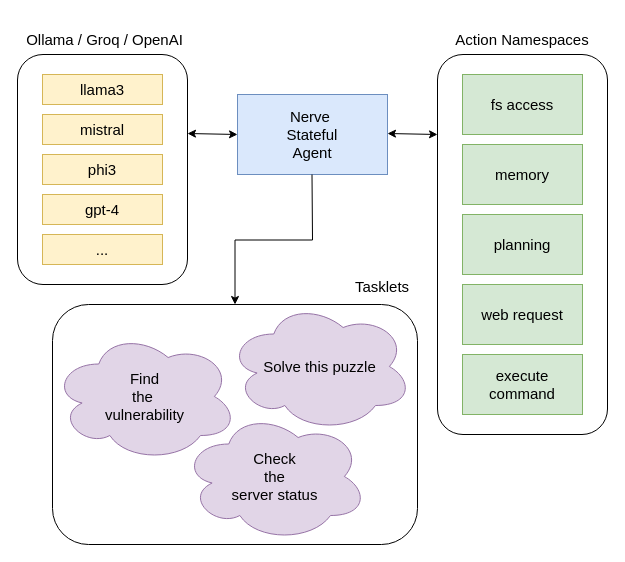
evilsocket/nerve keeps this draw.io diagram as assets/concept.drawio. Above is the earlier version. Source tidied: cells renumbered, new cells numbered last; positions are measured from the earlier drawing's top-left corner, leaving out a move shared by most shapes. Both pictures are drawn from the tidied source at 100%, with x=0, y=0 at pixel (17, 24).
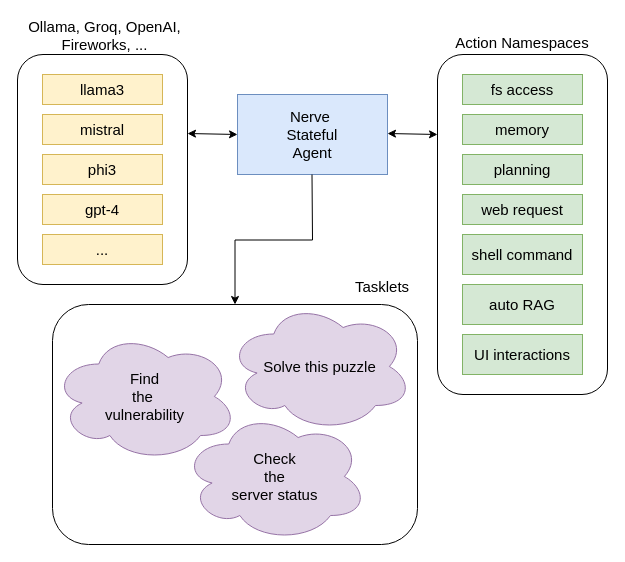
After the change.

Commit message (it also covers changes not shown here):
misc: small fix or general refactoring i did not bother commenting

The edit, as a diff of the source:
```diff
@@
     <mxCell id="4" style="rounded=1;whiteSpace=wrap;html=1;" parent="1" vertex="1">
-      <mxGeometry x="420" y="30" width="170" height="380" as="geometry" />
+      <mxGeometry x="420" y="30" width="170" height="340" as="geometry" />
     </mxCell>
@@
     <mxCell id="6" value="&lt;font style=&quot;font-size: 15px;&quot;&gt;fs access&lt;/font&gt;" style="rounded=0;whiteSpace=wrap;html=1;fillColor=#d5e8d4;strokeColor=#82b366;" parent="1" vertex="1">
-      <mxGeometry x="445" y="50" width="120" height="60" as="geometry" />
+      <mxGeometry x="445" y="50" width="120" height="30" as="geometry" />
     </mxCell>
     <mxCell id="7" value="&lt;font style=&quot;font-size: 15px;&quot;&gt;memory&lt;/font&gt;" style="rounded=0;whiteSpace=wrap;html=1;fillColor=#d5e8d4;strokeColor=#82b366;" parent="1" vertex="1">
-      <mxGeometry x="445" y="120" width="120" height="60" as="geometry" />
+      <mxGeometry x="445" y="90" width="120" height="30" as="geometry" />
     </mxCell>
     <mxCell id="8" value="&lt;font style=&quot;font-size: 15px;&quot;&gt;planning&lt;/font&gt;" style="rounded=0;whiteSpace=wrap;html=1;fillColor=#d5e8d4;strokeColor=#82b366;" parent="1" vertex="1">
-      <mxGeometry x="445" y="190" width="120" height="60" as="geometry" />
+      <mxGeometry x="445" y="130" width="120" height="30" as="geometry" />
     </mxCell>
     <mxCell id="9" value="&lt;font style=&quot;font-size: 15px;&quot;&gt;web request&lt;/font&gt;" style="rounded=0;whiteSpace=wrap;html=1;fillColor=#d5e8d4;strokeColor=#82b366;" parent="1" vertex="1">
-      <mxGeometry x="445" y="260" width="120" height="60" as="geometry" />
+      <mxGeometry x="445" y="170" width="120" height="30" as="geometry" />
     </mxCell>
-    <mxCell id="10" value="&lt;font style=&quot;font-size: 15px;&quot;&gt;execute command&lt;/font&gt;" style="rounded=0;whiteSpace=wrap;html=1;fillColor=#d5e8d4;strokeColor=#82b366;" parent="1" vertex="1">
-      <mxGeometry x="445" y="330" width="120" height="60" as="geometry" />
+    <mxCell id="10" value="&lt;font style=&quot;font-size: 15px;&quot;&gt;shell command&lt;/font&gt;" style="rounded=0;whiteSpace=wrap;html=1;fillColor=#d5e8d4;strokeColor=#82b366;" parent="1" vertex="1">
+      <mxGeometry x="445" y="210" width="120" height="40" as="geometry" />
     </mxCell>
     <mxCell id="11" value="Action Namespaces" style="text;html=1;align=center;verticalAlign=middle;whiteSpace=wrap;rounded=0;fontSize=15;fontStyle=0;" parent="1" vertex="1">
-      <mxGeometry x="430" width="150" height="30" as="geometry" />
+      <mxGeometry x="430" y="3" width="150" height="30" as="geometry" />
     </mxCell>
-    <mxCell id="12" value="Ollama / Groq / OpenAI" style="text;html=1;align=center;verticalAlign=middle;whiteSpace=wrap;rounded=0;fontSize=15;fontStyle=0;" parent="1" vertex="1">
-      <mxGeometry x="5" width="165" height="30" as="geometry" />
+    <mxCell id="12" value="Ollama, Groq, OpenAI, Fireworks, ..." style="text;html=1;align=center;verticalAlign=middle;whiteSpace=wrap;rounded=0;fontSize=15;fontStyle=0;" parent="1" vertex="1">
+      <mxGeometry x="5" y="-4" width="165" height="30" as="geometry" />
     </mxCell>
@@
+    <mxCell id="25" value="&lt;font style=&quot;font-size: 15px;&quot;&gt;auto RAG&lt;/font&gt;" style="rounded=0;whiteSpace=wrap;html=1;fillColor=#d5e8d4;strokeColor=#82b366;" parent="1" vertex="1">
+      <mxGeometry x="445" y="260" width="120" height="40" as="geometry" />
+    </mxCell>
+    <mxCell id="26" value="&lt;font style=&quot;font-size: 15px;&quot;&gt;UI interactions&lt;/font&gt;" style="rounded=0;whiteSpace=wrap;html=1;fillColor=#d5e8d4;strokeColor=#82b366;" parent="1" vertex="1">
+      <mxGeometry x="445" y="310" width="120" height="40" as="geometry" />
+    </mxCell>
```
